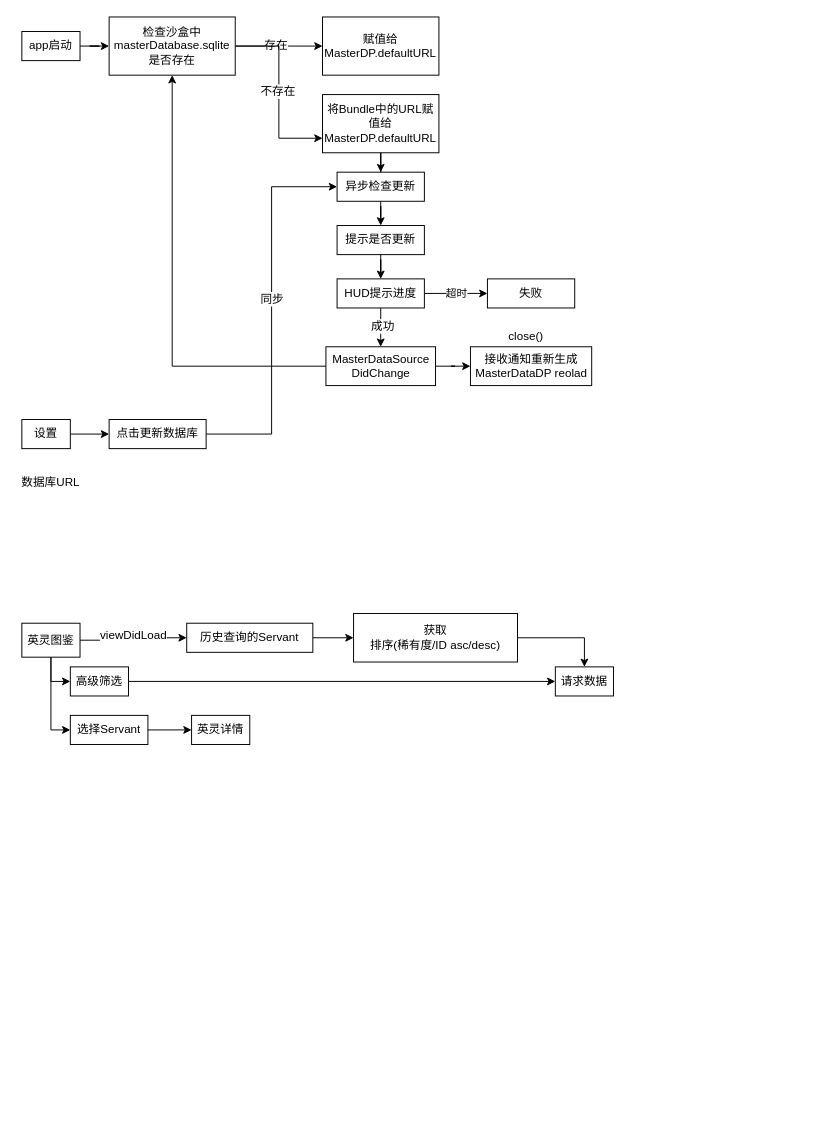
The draw.io diagram FateGO.drawio in byunfi/Draw, before the edit. Source tidied: cells renumbered, new cells numbered last; positions are measured from the earlier drawing's top-left corner, leaving out a move shared by most shapes. Both pictures are drawn from the tidied source at 97%, with x=0, y=0 at pixel (16, 16).
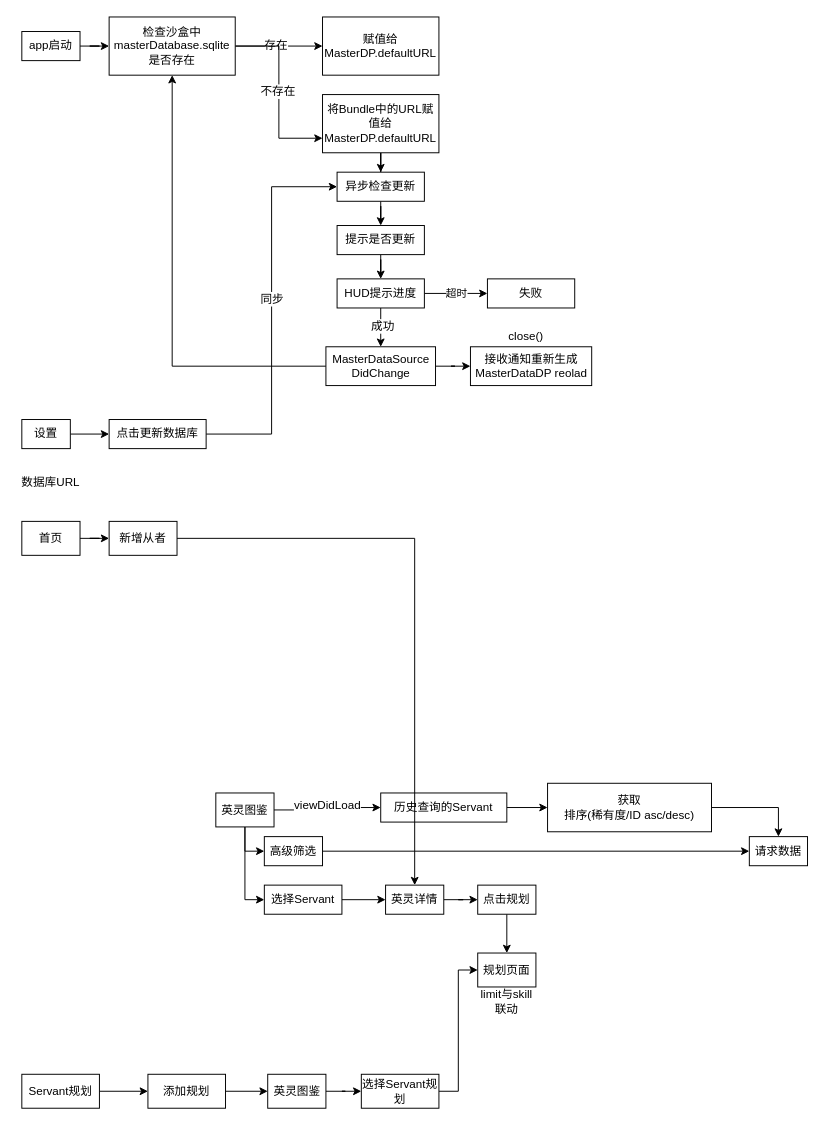
Above is the later version.

Unchanged cells that the change refers to:
```xml
<mxCell id="42" value="数据库URL" style="text;html=1;strokeColor=none;fillColor=none;align=center;verticalAlign=middle;whiteSpace=wrap;rounded=0;" parent="1" vertex="1">
  <mxGeometry y="470" width="70" height="20" as="geometry" />
</mxCell>
```

What changed in the source:
```diff
@@
     <mxCell id="35" value="英灵图鉴" style="rounded=0;whiteSpace=wrap;html=1;" parent="1" vertex="1">
-      <mxGeometry x="5" y="625" width="60" height="35" as="geometry" />
+      <mxGeometry x="205" y="800" width="60" height="35" as="geometry" />
     </mxCell>
@@
     <mxCell id="37" value="历史查询的Servant" style="rounded=0;whiteSpace=wrap;html=1;" parent="1" vertex="1">
-      <mxGeometry x="175" y="625" width="130" height="30" as="geometry" />
+      <mxGeometry x="375" y="800" width="130" height="30" as="geometry" />
     </mxCell>
@@
     <mxCell id="39" value="获取&lt;br&gt;排序(稀有度/ID asc/desc)&lt;br&gt;" style="rounded=0;whiteSpace=wrap;html=1;" parent="1" vertex="1">
-      <mxGeometry x="347" y="615" width="169" height="50" as="geometry" />
+      <mxGeometry x="547" y="790" width="169" height="50" as="geometry" />
     </mxCell>
@@
     <mxCell id="41" value="高级筛选" style="rounded=0;whiteSpace=wrap;html=1;" parent="1" vertex="1">
-      <mxGeometry x="55" y="670" width="60" height="30" as="geometry" />
+      <mxGeometry x="255" y="845" width="60" height="30" as="geometry" />
     </mxCell>
@@
     <mxCell id="43" value="请求数据" style="rounded=0;whiteSpace=wrap;html=1;" parent="1" vertex="1">
-      <mxGeometry x="555" y="670" width="60" height="30" as="geometry" />
+      <mxGeometry x="755" y="845" width="60" height="30" as="geometry" />
     </mxCell>
@@
     <mxCell id="45" value="选择Servant" style="rounded=0;whiteSpace=wrap;html=1;" parent="1" vertex="1">
-      <mxGeometry x="55" y="720" width="80" height="30" as="geometry" />
+      <mxGeometry x="255" y="895" width="80" height="30" as="geometry" />
     </mxCell>
+    <mxCell id="47" style="edgeStyle=orthogonalEdgeStyle;rounded=0;jettySize=auto;html=1;" parent="1" edge="1" source="46" target="51">
+      <mxGeometry relative="1" as="geometry" />
+    </mxCell>
     <mxCell id="46" value="英灵详情" style="rounded=0;whiteSpace=wrap;html=1;" parent="1" vertex="1">
-      <mxGeometry x="180" y="720" width="60" height="30" as="geometry" />
+      <mxGeometry x="380" y="895" width="60" height="30" as="geometry" />
     </mxCell>
+    <mxCell id="48" value="规划页面" style="rounded=0;whiteSpace=wrap;html=1;" parent="1" vertex="1">
+      <mxGeometry x="475" y="965" width="60" height="35" as="geometry" />
+    </mxCell>
+    <mxCell id="49" value="limit与skill联动" style="text;html=1;strokeColor=none;fillColor=none;align=center;verticalAlign=middle;whiteSpace=wrap;rounded=0;" parent="1" vertex="1">
+      <mxGeometry x="475" y="1005" width="60" height="20" as="geometry" />
+    </mxCell>
+    <mxCell id="50" style="edgeStyle=orthogonalEdgeStyle;rounded=0;jettySize=auto;html=1;entryX=0.5;entryY=0;entryDx=0;entryDy=0;" parent="1" edge="1" source="51" target="48">
+      <mxGeometry relative="1" as="geometry" />
+    </mxCell>
+    <mxCell id="51" value="点击规划" style="rounded=0;whiteSpace=wrap;html=1;" parent="1" vertex="1">
+      <mxGeometry x="475" y="895" width="60" height="30" as="geometry" />
+    </mxCell>
+    <mxCell id="52" style="edgeStyle=orthogonalEdgeStyle;rounded=0;jettySize=auto;html=1;" parent="1" edge="1" source="53" target="55">
+      <mxGeometry relative="1" as="geometry" />
+    </mxCell>
+    <mxCell id="53" value="Servant规划" style="rounded=0;whiteSpace=wrap;html=1;" parent="1" vertex="1">
+      <mxGeometry x="5" y="1090" width="80" height="35" as="geometry" />
+    </mxCell>
+    <mxCell id="54" style="edgeStyle=orthogonalEdgeStyle;rounded=0;jettySize=auto;html=1;" parent="1" edge="1" source="55" target="57">
+      <mxGeometry relative="1" as="geometry" />
+    </mxCell>
+    <mxCell id="55" value="添加规划" style="rounded=0;whiteSpace=wrap;html=1;" parent="1" vertex="1">
+      <mxGeometry x="135" y="1090" width="80" height="35" as="geometry" />
+    </mxCell>
+    <mxCell id="56" style="edgeStyle=orthogonalEdgeStyle;rounded=0;jettySize=auto;html=1;" parent="1" edge="1" source="57" target="59">
+      <mxGeometry relative="1" as="geometry" />
+    </mxCell>
+    <mxCell id="57" value="英灵图鉴" style="rounded=0;whiteSpace=wrap;html=1;" parent="1" vertex="1">
+      <mxGeometry x="258.5" y="1090" width="60" height="35" as="geometry" />
+    </mxCell>
+    <mxCell id="58" style="edgeStyle=orthogonalEdgeStyle;rounded=0;jettySize=auto;html=1;entryX=0;entryY=0.5;entryDx=0;entryDy=0;" parent="1" edge="1" source="59" target="48">
+      <mxGeometry relative="1" as="geometry" />
+    </mxCell>
+    <mxCell id="59" value="选择Servant规划" style="rounded=0;whiteSpace=wrap;html=1;" parent="1" vertex="1">
+      <mxGeometry x="355" y="1090" width="80" height="35" as="geometry" />
+    </mxCell>
+    <mxCell id="60" style="edgeStyle=orthogonalEdgeStyle;rounded=0;jettySize=auto;html=1;" parent="1" edge="1" source="61" target="63">
+      <mxGeometry relative="1" as="geometry" />
+    </mxCell>
+    <mxCell id="61" value="首页" style="rounded=0;whiteSpace=wrap;html=1;" parent="1" vertex="1">
+      <mxGeometry x="5" y="520" width="60" height="35" as="geometry" />
+    </mxCell>
+    <mxCell id="62" style="edgeStyle=orthogonalEdgeStyle;rounded=0;jettySize=auto;html=1;entryX=0.5;entryY=0;entryDx=0;entryDy=0;" parent="1" edge="1" source="63" target="46">
+      <mxGeometry relative="1" as="geometry" />
+    </mxCell>
+    <mxCell id="63" value="新增从者" style="rounded=0;whiteSpace=wrap;html=1;" parent="1" vertex="1">
+      <mxGeometry x="95" y="520" width="70" height="35" as="geometry" />
+    </mxCell>
+    <mxCell id="64" style="edgeStyle=orthogonalEdgeStyle;rounded=0;orthogonalLoop=1;jettySize=auto;html=1;exitX=0.5;exitY=1;exitDx=0;exitDy=0;" parent="1" edge="1" source="42" target="42">
+      <mxGeometry relative="1" as="geometry" />
+    </mxCell>
```
